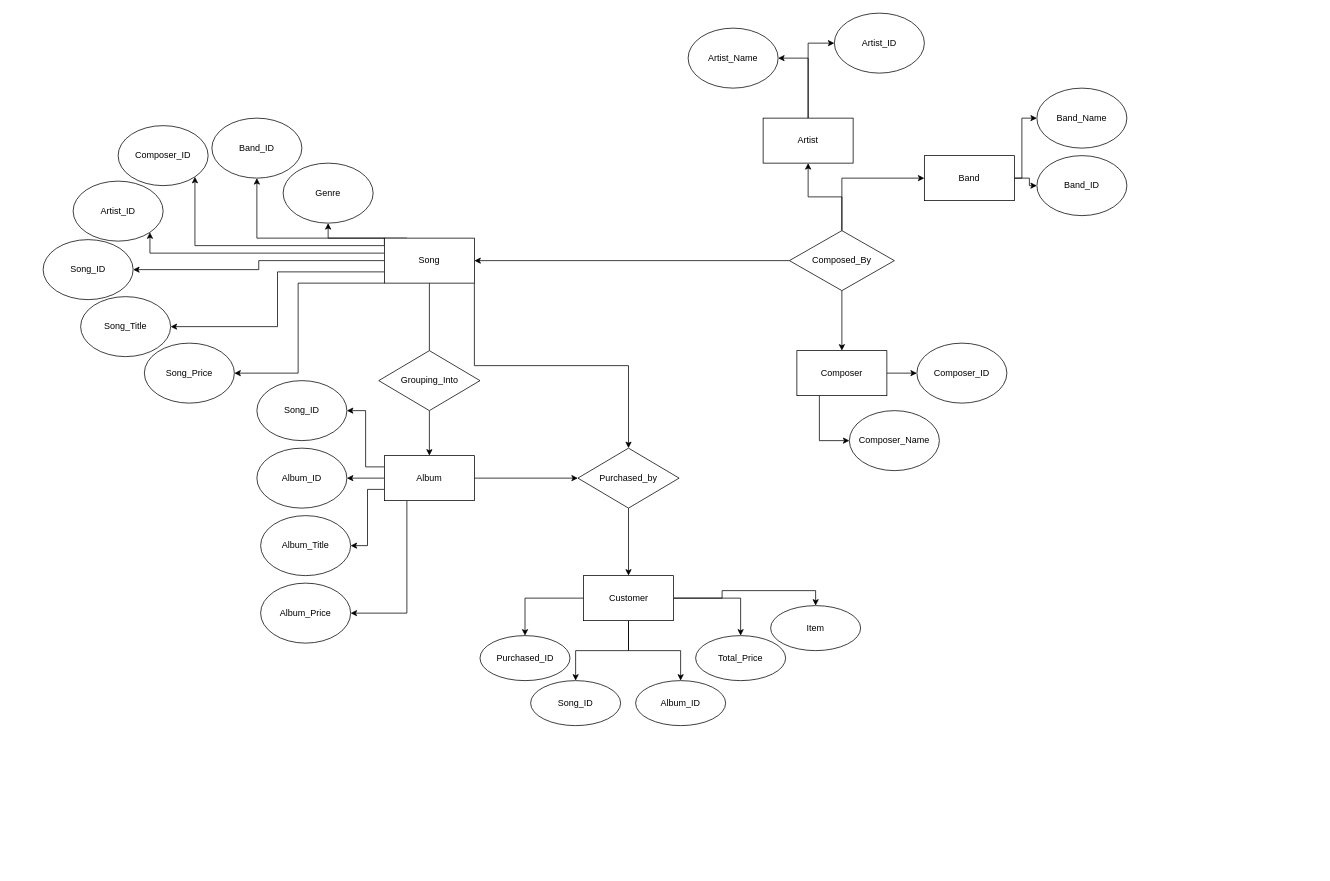
This is page "Page-5" (5 of 5) of Untitled Diagram.drawio from yumilor/yumilor, a draw.io file, before an edit. Source tidied: cells renumbered, new cells numbered last; positions are measured from the earlier drawing's top-left corner, leaving out a move shared by most shapes. Both pictures are drawn from the tidied source at 75%, with x=0, y=0 at pixel (43, 13).
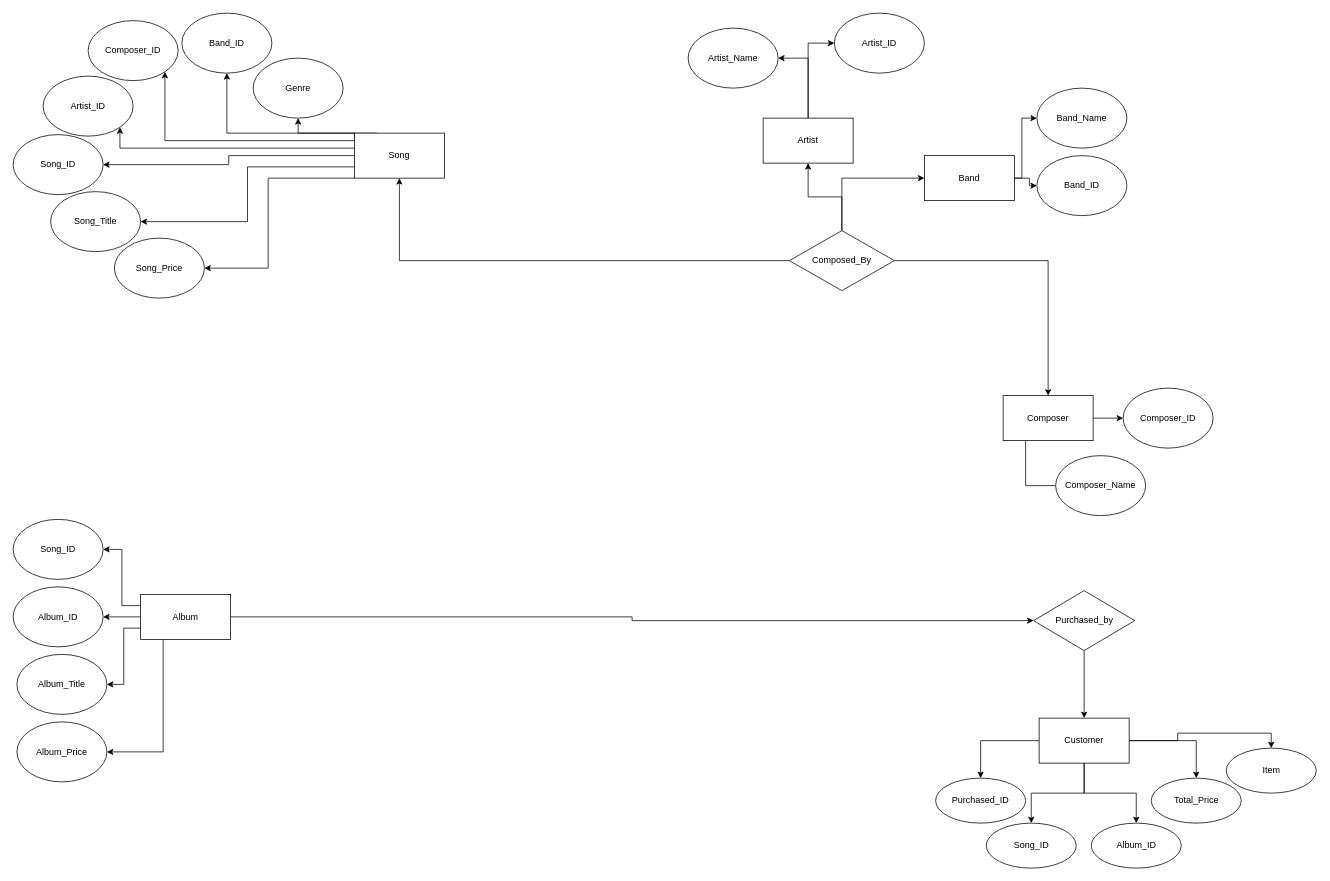
Above is the later version.

The edit, as a diff of the source:
```diff
@@
-    <mxCell id="4" style="edgeStyle=orthogonalEdgeStyle;rounded=0;jettySize=auto;html=1;startArrow=none;startFill=0;endArrow=none;endFill=0;" parent="1" edge="1" source="11" target="15">
-      <mxGeometry relative="1" as="geometry" />
-    </mxCell>
     <mxCell id="5" style="edgeStyle=orthogonalEdgeStyle;rounded=0;jettySize=auto;html=1;entryX=1;entryY=1;entryDx=0;entryDy=0;" parent="1" edge="1" source="11" target="46">
       <mxGeometry relative="1" as="geometry">
         <Array as="points">
-          <mxPoint x="142" y="320" />
+          <mxPoint x="102" y="180" />
         </Array>
       </mxGeometry>
     </mxCell>
     <mxCell id="6" style="edgeStyle=orthogonalEdgeStyle;rounded=0;jettySize=auto;html=1;exitX=0;exitY=0;exitDx=0;exitDy=0;entryX=1;entryY=1;entryDx=0;entryDy=0;" parent="1" edge="1" source="11" target="45">
       <mxGeometry relative="1" as="geometry">
         <Array as="points">
-          <mxPoint x="455" y="310" />
-          <mxPoint x="202" y="310" />
+          <mxPoint x="415" y="170" />
+          <mxPoint x="162" y="170" />
         </Array>
       </mxGeometry>
     </mxCell>
-    <mxCell id="7" style="edgeStyle=orthogonalEdgeStyle;rounded=0;jettySize=auto;html=1;exitX=1;exitY=1;exitDx=0;exitDy=0;entryX=0.5;entryY=0;entryDx=0;entryDy=0;" parent="1" edge="1" source="11" target="48">
-      <mxGeometry relative="1" as="geometry" />
-    </mxCell>
     <mxCell id="8" style="edgeStyle=orthogonalEdgeStyle;rounded=0;jettySize=auto;html=1;exitX=0.25;exitY=0;exitDx=0;exitDy=0;entryX=0.5;entryY=1;entryDx=0;entryDy=0;" parent="1" edge="1" source="11" target="49">
       <mxGeometry relative="1" as="geometry">
         <Array as="points">
-          <mxPoint x="380" y="300" />
+          <mxPoint x="340" y="160" />
         </Array>
       </mxGeometry>
     </mxCell>
     <mxCell id="9" style="edgeStyle=orthogonalEdgeStyle;rounded=0;jettySize=auto;html=1;exitX=0;exitY=1;exitDx=0;exitDy=0;entryX=1;entryY=0.5;entryDx=0;entryDy=0;" parent="1" edge="1" source="11" target="61">
       <mxGeometry relative="1" as="geometry">
         <Array as="points">
-          <mxPoint x="340" y="360" />
-          <mxPoint x="340" y="480" />
+          <mxPoint x="300" y="220" />
+          <mxPoint x="300" y="340" />
         </Array>
       </mxGeometry>
     </mxCell>
     <mxCell id="10" style="edgeStyle=orthogonalEdgeStyle;rounded=0;jettySize=auto;html=1;entryX=0.5;entryY=1;entryDx=0;entryDy=0;exitX=0;exitY=0;exitDx=0;exitDy=0;" parent="1" edge="1" source="11" target="63">
       <mxGeometry relative="1" as="geometry">
         <Array as="points">
-          <mxPoint x="285" y="300" />
+          <mxPoint x="245" y="160" />
         </Array>
       </mxGeometry>
     </mxCell>
     <mxCell id="11" value="Song" style="rounded=0;whiteSpace=wrap;html=1;" parent="1" vertex="1">
-      <mxGeometry x="455" y="300" width="120" height="60" as="geometry" />
+      <mxGeometry x="415" y="160" width="120" height="60" as="geometry" />
     </mxCell>
     <mxCell id="12" value="Song_ID" style="ellipse;whiteSpace=wrap;html=1;" parent="1" vertex="1">
-      <mxGeometry y="302" width="120" height="80" as="geometry" />
+      <mxGeometry x="-40" y="162" width="120" height="80" as="geometry" />
     </mxCell>
     <mxCell id="13" value="Song_Title" style="ellipse;whiteSpace=wrap;html=1;" parent="1" vertex="1">
-      <mxGeometry x="50" y="378" width="120" height="80" as="geometry" />
+      <mxGeometry x="10" y="238" width="120" height="80" as="geometry" />
     </mxCell>
-    <mxCell id="14" style="edgeStyle=orthogonalEdgeStyle;rounded=0;jettySize=auto;html=1;exitX=0.5;exitY=1;exitDx=0;exitDy=0;startArrow=none;startFill=0;endArrow=classic;endFill=1;" parent="1" edge="1" source="15" target="21">
-      <mxGeometry relative="1" as="geometry" />
-    </mxCell>
-    <mxCell id="15" value="Grouping_Into" style="rhombus;whiteSpace=wrap;html=1;" parent="1" vertex="1">
-      <mxGeometry x="447.5" y="450" width="135" height="80" as="geometry" />
-    </mxCell>
@@
     <mxCell id="21" value="Album" style="rounded=0;whiteSpace=wrap;html=1;" parent="1" vertex="1">
-      <mxGeometry x="455" y="590" width="120" height="60" as="geometry" />
+      <mxGeometry x="130" y="775" width="120" height="60" as="geometry" />
     </mxCell>
     <mxCell id="22" value="Album_ID" style="ellipse;whiteSpace=wrap;html=1;" parent="1" vertex="1">
-      <mxGeometry x="285" y="580" width="120" height="80" as="geometry" />
+      <mxGeometry x="-40" y="765" width="120" height="80" as="geometry" />
     </mxCell>
     <mxCell id="23" value="Album_Title" style="ellipse;whiteSpace=wrap;html=1;" parent="1" vertex="1">
-      <mxGeometry x="290" y="670" width="120" height="80" as="geometry" />
+      <mxGeometry x="-35" y="855" width="120" height="80" as="geometry" />
     </mxCell>
@@
-    <mxCell id="30" style="edgeStyle=orthogonalEdgeStyle;rounded=0;jettySize=auto;html=1;exitX=0.25;exitY=1;exitDx=0;exitDy=0;entryX=0;entryY=0.5;entryDx=0;entryDy=0;startArrow=none;startFill=0;endArrow=classic;endFill=1;" parent="1" edge="1" source="31" target="32">
+    <mxCell id="30" style="edgeStyle=orthogonalEdgeStyle;rounded=0;jettySize=auto;html=1;exitX=0.25;exitY=1;exitDx=0;exitDy=0;entryX=0;entryY=0.5;entryDx=0;entryDy=0;endArrow=none;endFill=0;" parent="1" edge="1" source="31" target="32">
       <mxGeometry relative="1" as="geometry" />
     </mxCell>
     <mxCell id="31" value="Composer" style="rounded=0;whiteSpace=wrap;html=1;" parent="1" vertex="1">
-      <mxGeometry x="1005" y="450" width="120" height="60" as="geometry" />
+      <mxGeometry x="1280" y="510" width="120" height="60" as="geometry" />
     </mxCell>
     <mxCell id="32" value="Composer_Name" style="ellipse;whiteSpace=wrap;html=1;" parent="1" vertex="1">
-      <mxGeometry x="1075" y="530" width="120" height="80" as="geometry" />
+      <mxGeometry x="1350" y="590" width="120" height="80" as="geometry" />
     </mxCell>
     <mxCell id="33" value="Composer_ID" style="ellipse;whiteSpace=wrap;html=1;" parent="1" vertex="1">
-      <mxGeometry x="1165" y="440" width="120" height="80" as="geometry" />
+      <mxGeometry x="1440" y="500" width="120" height="80" as="geometry" />
     </mxCell>
@@
     <mxCell id="44" value="Song_ID" style="ellipse;whiteSpace=wrap;html=1;" parent="1" vertex="1">
-      <mxGeometry x="285" y="490" width="120" height="80" as="geometry" />
+      <mxGeometry x="-40" y="675" width="120" height="80" as="geometry" />
     </mxCell>
     <mxCell id="45" value="Composer_ID" style="ellipse;whiteSpace=wrap;html=1;" parent="1" vertex="1">
-      <mxGeometry x="100" y="150" width="120" height="80" as="geometry" />
+      <mxGeometry x="60" y="10" width="120" height="80" as="geometry" />
     </mxCell>
     <mxCell id="46" value="Artist_ID" style="ellipse;whiteSpace=wrap;html=1;" parent="1" vertex="1">
-      <mxGeometry x="40" y="224" width="120" height="80" as="geometry" />
+      <mxGeometry y="84" width="120" height="80" as="geometry" />
     </mxCell>
@@
     <mxCell id="48" value="Purchased_by" style="rhombus;whiteSpace=wrap;html=1;" parent="1" vertex="1">
-      <mxGeometry x="713" y="580" width="135" height="80" as="geometry" />
+      <mxGeometry x="1320.5" y="770" width="135" height="80" as="geometry" />
     </mxCell>
     <mxCell id="49" value="Genre" style="ellipse;whiteSpace=wrap;html=1;" parent="1" vertex="1">
-      <mxGeometry x="320" y="200" width="120" height="80" as="geometry" />
+      <mxGeometry x="280" y="60" width="120" height="80" as="geometry" />
     </mxCell>
@@
     <mxCell id="55" value="Customer" style="whiteSpace=wrap;html=1;" parent="1" vertex="1">
-      <mxGeometry x="720.5" y="750" width="120" height="60" as="geometry" />
+      <mxGeometry x="1328" y="940" width="120" height="60" as="geometry" />
     </mxCell>
     <mxCell id="56" value="Purchased_ID" style="ellipse;whiteSpace=wrap;html=1;" parent="1" vertex="1">
-      <mxGeometry x="582.5" y="830" width="120" height="60" as="geometry" />
+      <mxGeometry x="1190" y="1020" width="120" height="60" as="geometry" />
     </mxCell>
     <mxCell id="57" value="Song_ID" style="ellipse;whiteSpace=wrap;html=1;" parent="1" vertex="1">
-      <mxGeometry x="650" y="890" width="120" height="60" as="geometry" />
+      <mxGeometry x="1257.5" y="1080" width="120" height="60" as="geometry" />
     </mxCell>
     <mxCell id="58" value="Album_ID" style="ellipse;whiteSpace=wrap;html=1;" parent="1" vertex="1">
-      <mxGeometry x="790" y="890" width="120" height="60" as="geometry" />
+      <mxGeometry x="1397.5" y="1080" width="120" height="60" as="geometry" />
     </mxCell>
     <mxCell id="59" value="Total_Price" style="ellipse;whiteSpace=wrap;html=1;" parent="1" vertex="1">
-      <mxGeometry x="870" y="830" width="120" height="60" as="geometry" />
+      <mxGeometry x="1477.5" y="1020" width="120" height="60" as="geometry" />
     </mxCell>
     <mxCell id="60" value="Item" style="ellipse;whiteSpace=wrap;html=1;" parent="1" vertex="1">
-      <mxGeometry x="970" y="790" width="120" height="60" as="geometry" />
+      <mxGeometry x="1577.5" y="980" width="120" height="60" as="geometry" />
     </mxCell>
     <mxCell id="61" value="Song_Price" style="ellipse;whiteSpace=wrap;html=1;" parent="1" vertex="1">
-      <mxGeometry x="135" y="440" width="120" height="80" as="geometry" />
+      <mxGeometry x="95" y="300" width="120" height="80" as="geometry" />
     </mxCell>
     <mxCell id="62" value="Album_Price" style="ellipse;whiteSpace=wrap;html=1;" parent="1" vertex="1">
-      <mxGeometry x="290" y="760" width="120" height="80" as="geometry" />
+      <mxGeometry x="-35" y="945" width="120" height="80" as="geometry" />
     </mxCell>
     <mxCell id="63" value="Band_ID" style="ellipse;whiteSpace=wrap;html=1;" parent="1" vertex="1">
-      <mxGeometry x="225" y="140" width="120" height="80" as="geometry" />
+      <mxGeometry x="185" width="120" height="80" as="geometry" />
     </mxCell>
```
